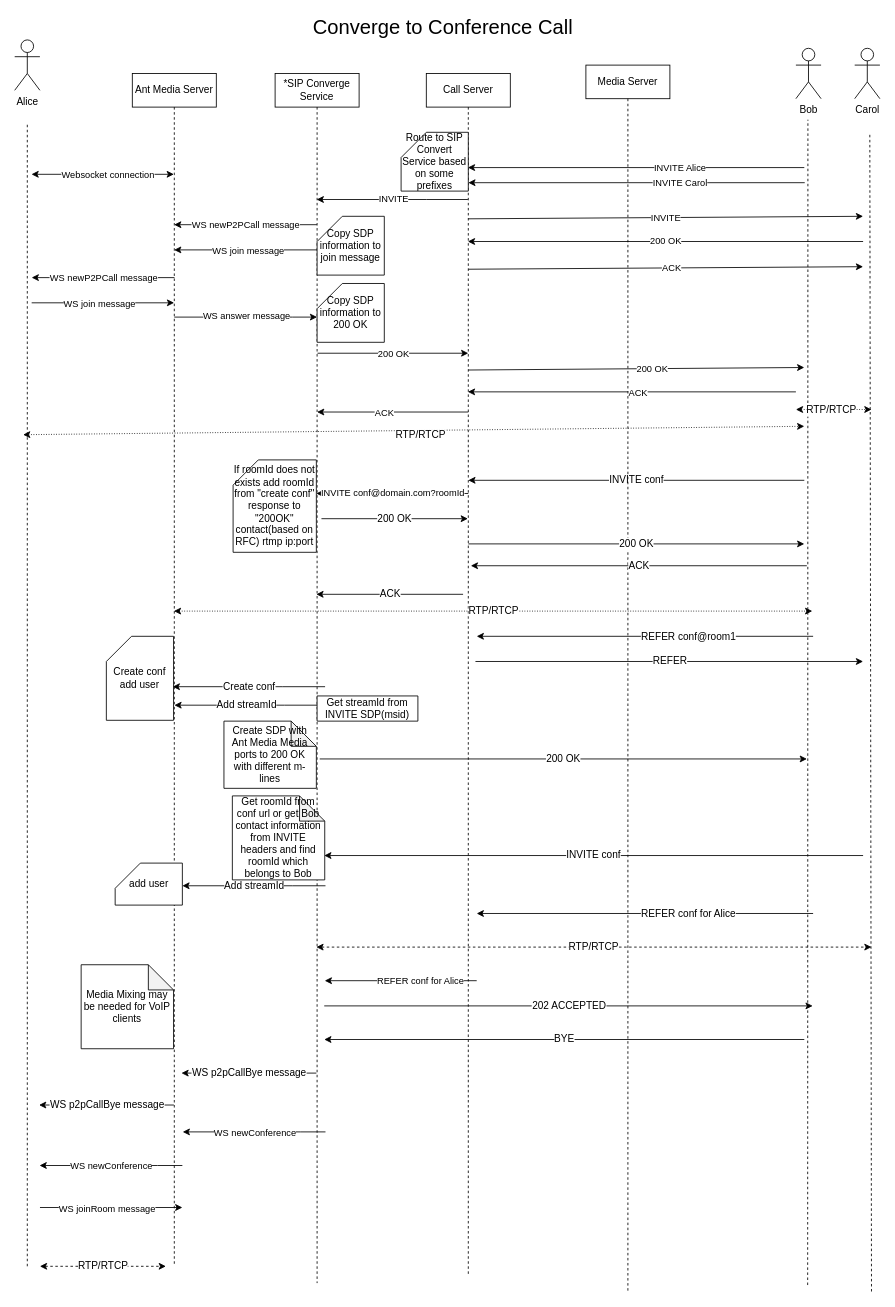
This is page "ConferenceCall" (5 of 7) of callcenter-int/Başlıksız Diyagram.drawio from sezerdulger/drawio, a draw.io file, before an edit. Source tidied: cells renumbered, new cells numbered last; positions are measured from the earlier drawing's top-left corner, leaving out a move shared by most shapes. Both pictures are drawn from the tidied source at 84%, with x=0, y=0 at pixel (14, 14).
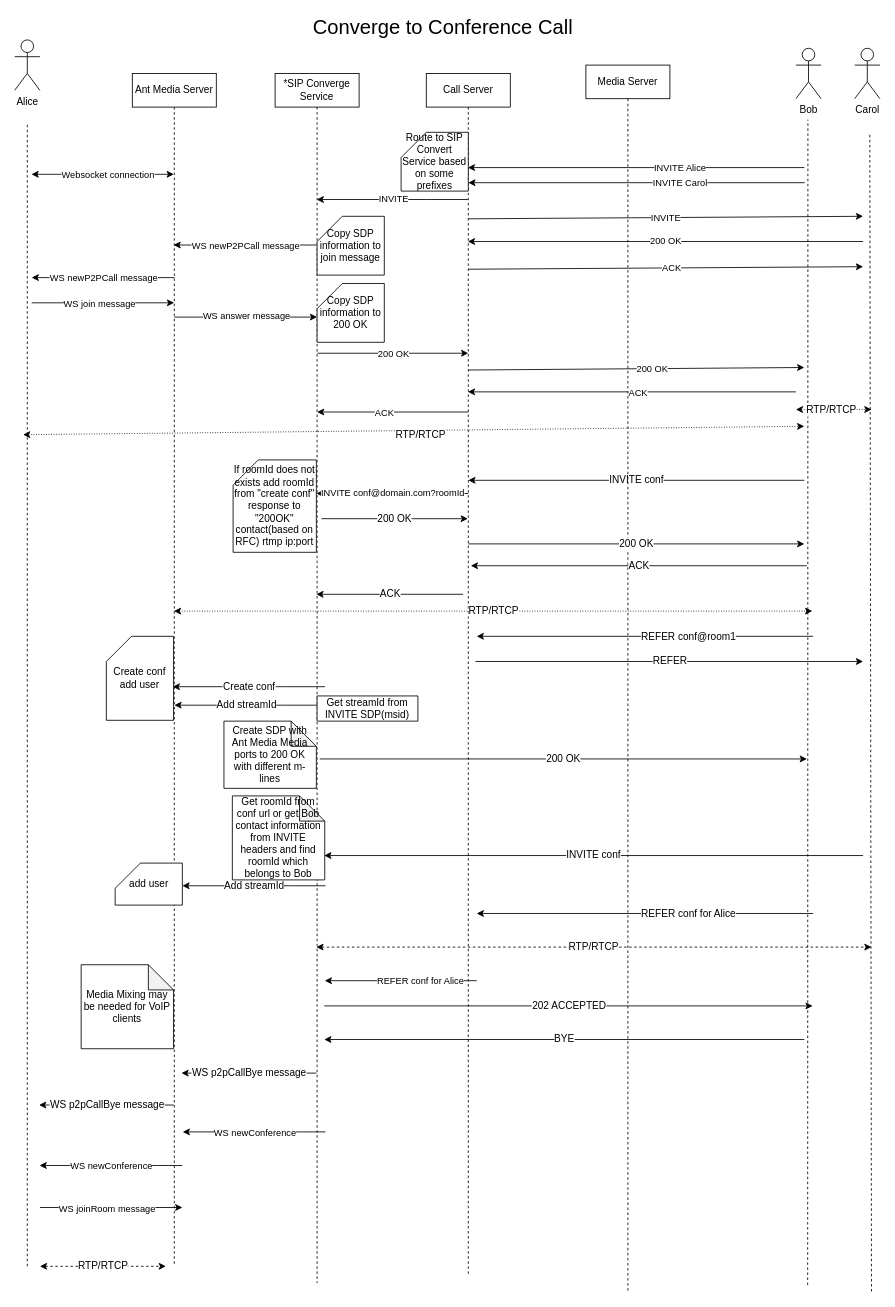
Above is the later version.

Diff of the diagram source:
```diff
@@
     <mxCell id="24" style="endArrow=classic;html=1;rounded=0;" parent="1" edge="1">
       <mxGeometry relative="1" as="geometry">
-        <mxPoint x="359.8" y="250" as="sourcePoint" />
-        <mxPoint x="189.8" y="250" as="targetPoint" />
+        <mxPoint x="359.1" y="274.2" as="sourcePoint" />
+        <mxPoint x="189.1" y="274.2" as="targetPoint" />
         <Array as="points">
-          <mxPoint x="330.2" y="250" />
+          <mxPoint x="329.6" y="274.2" />
         </Array>
       </mxGeometry>
     </mxCell>
@@
-    <mxCell id="30" style="endArrow=classic;html=1;rounded=0;" parent="1" edge="1">
-      <mxGeometry relative="1" as="geometry">
-        <mxPoint x="359.8" y="280" as="sourcePoint" />
-        <mxPoint x="189.8" y="280" as="targetPoint" />
-        <Array as="points">
-          <mxPoint x="310.2" y="280" />
-        </Array>
-      </mxGeometry>
-    </mxCell>
-    <mxCell id="31" value="WS join message" style="edgeLabel;html=1;align=center;verticalAlign=middle;" parent="30" vertex="1">
-      <mxGeometry x="-0.03" relative="1" as="geometry" />
-    </mxCell>
```
